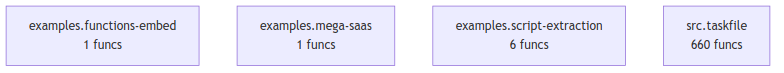
pyfunc/taskfile keeps this Mermaid diagram as project/compact_flow.png. Above is the earlier version. Its source is kept beside it as project/compact_flow.mmd.
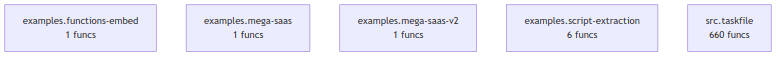
After the commit.

Diff of the diagram source:
```diff
@@ -1,5 +1,6 @@
 flowchart TD
     examples_functions_embed["examples.functions-embed<br/>1 funcs"]
     examples_mega_saas["examples.mega-saas<br/>1 funcs"]
+    examples_mega_saas_v2["examples.mega-saas-v2<br/>1 funcs"]
     examples_script_extraction["examples.script-extraction<br/>6 funcs"]
     src_taskfile["src.taskfile<br/>660 funcs"]
```
